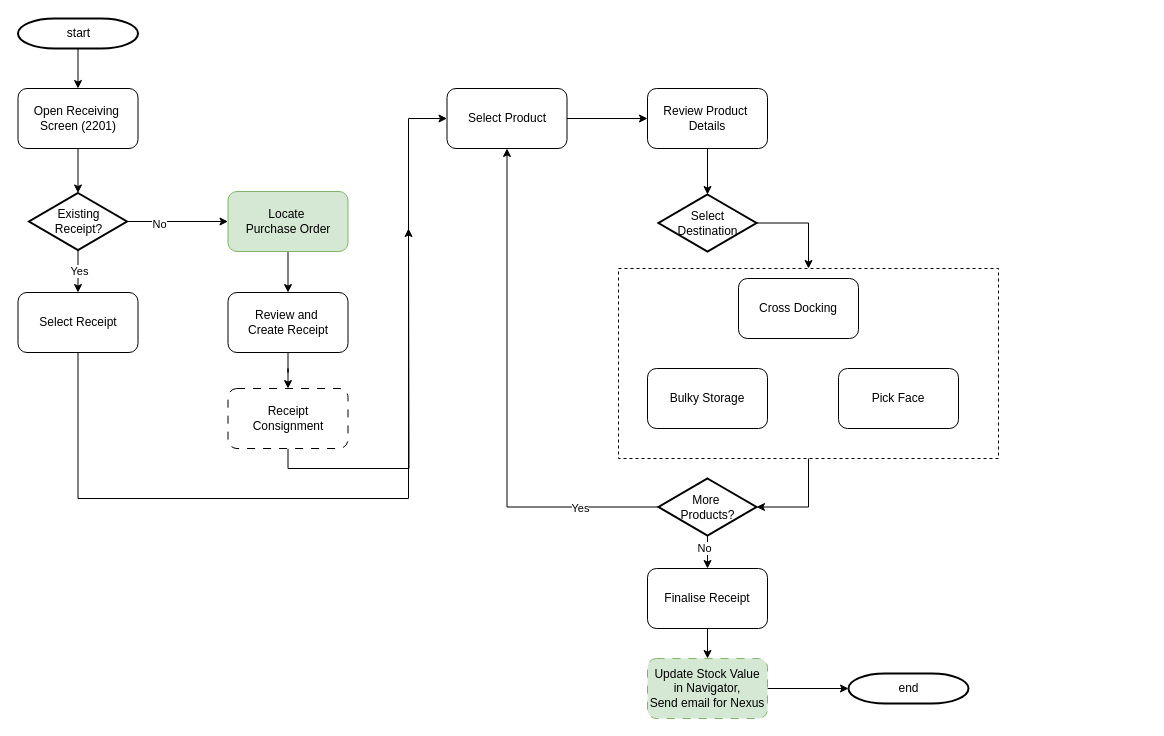
Above: PickingProcess.drawio in ZTomChen/NavigatorFlowcharts (draw.io), before the change. Source tidied: cells renumbered, new cells numbered last; positions are measured from the earlier drawing's top-left corner, leaving out a move shared by most shapes. Both pictures are drawn from the tidied source at 100%, with x=0, y=0 at pixel (18, 18).
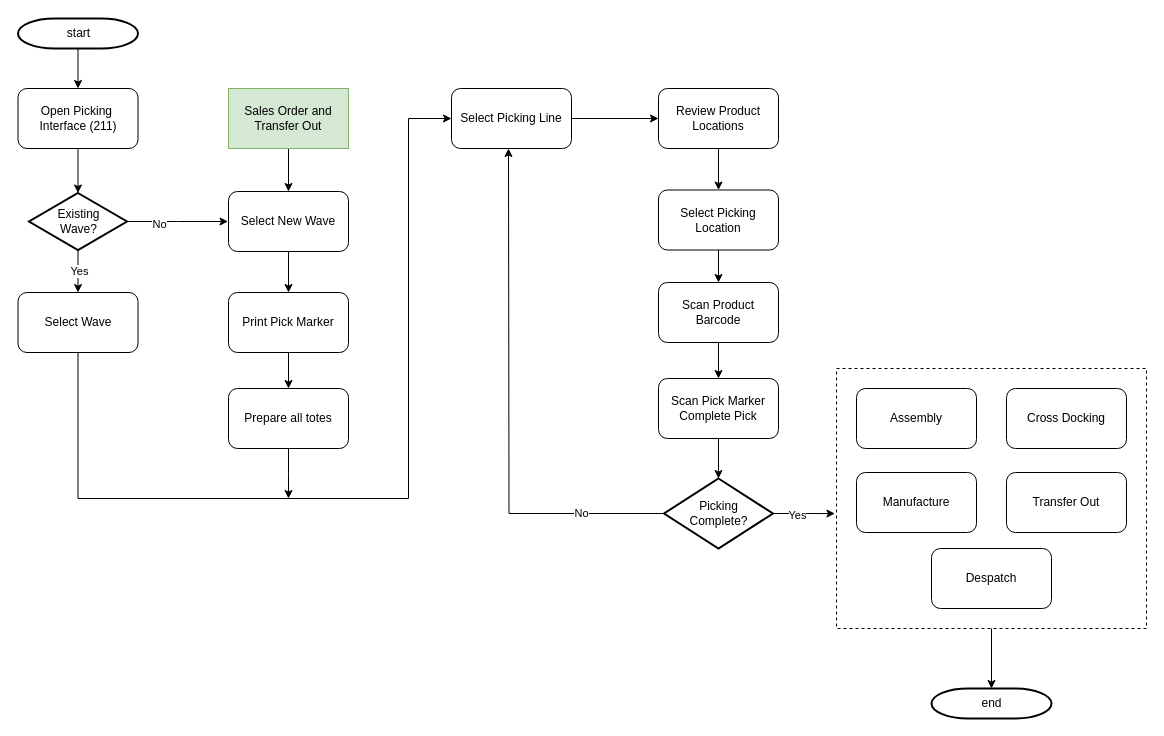
The same diagram, later.

The edit, as a diff of the source:
```diff
@@
-    <mxCell id="6" style="edgeStyle=orthogonalEdgeStyle;rounded=0;jettySize=auto;html=1;" parent="1" edge="1" source="8" target="18">
-      <mxGeometry relative="1" as="geometry" />
+    <mxCell id="6" style="edgeStyle=orthogonalEdgeStyle;rounded=0;jettySize=auto;html=1;" parent="1" edge="1" source="8">
+      <mxGeometry relative="1" as="geometry">
+        <mxPoint x="209.5" y="203" as="targetPoint" />
+      </mxGeometry>
     </mxCell>
@@
-    <mxCell id="8" value="Existing&lt;div&gt;Receipt?&lt;/div&gt;" style="shape=mxgraph.flowchart.decision;strokeWidth=2;gradientColor=none;gradientDirection=north;fontStyle=0;html=1;" parent="1" vertex="1">
+    <mxCell id="8" value="Existing&lt;div&gt;Wave?&lt;/div&gt;" style="shape=mxgraph.flowchart.decision;strokeWidth=2;gradientColor=none;gradientDirection=north;fontStyle=0;html=1;" parent="1" vertex="1">
       <mxGeometry x="10.5" y="174.5" width="98" height="57" as="geometry" />
     </mxCell>
-    <mxCell id="9" style="edgeStyle=orthogonalEdgeStyle;rounded=0;jettySize=auto;html=1;exitX=1;exitY=0.5;exitDx=0;exitDy=0;exitPerimeter=0;" parent="1" edge="1" source="10" target="36">
-      <mxGeometry relative="1" as="geometry" />
-    </mxCell>
-    <mxCell id="10" value="Select&lt;div&gt;Destination&lt;/div&gt;" style="shape=mxgraph.flowchart.decision;strokeWidth=2;gradientColor=none;gradientDirection=north;fontStyle=0;html=1;" parent="1" vertex="1">
-      <mxGeometry x="640" y="176" width="98" height="57" as="geometry" />
-    </mxCell>
@@
-    <mxCell id="12" value="&lt;span style=&quot;text-wrap-mode: nowrap;&quot;&gt;Open Receiving&amp;nbsp;&lt;/span&gt;&lt;div style=&quot;text-wrap-mode: nowrap;&quot;&gt;Screen (2201)&lt;/div&gt;" style="rounded=1;whiteSpace=wrap;html=1;" parent="1" vertex="1">
+    <mxCell id="12" value="&lt;span style=&quot;text-wrap-mode: nowrap;&quot;&gt;Open Picking&amp;nbsp;&lt;/span&gt;&lt;div&gt;&lt;span style=&quot;text-wrap-mode: nowrap;&quot;&gt;Interface (211)&lt;/span&gt;&lt;/div&gt;" style="rounded=1;whiteSpace=wrap;html=1;" parent="1" vertex="1">
       <mxGeometry x="-0.5" y="70" width="120" height="60" as="geometry" />
     </mxCell>
-    <mxCell id="13" style="edgeStyle=orthogonalEdgeStyle;rounded=0;jettySize=auto;html=1;exitX=0.5;exitY=1;exitDx=0;exitDy=0;" parent="1" edge="1" source="14">
-      <mxGeometry relative="1" as="geometry">
-        <mxPoint x="390" y="210" as="targetPoint" />
-      </mxGeometry>
-    </mxCell>
-    <mxCell id="14" value="&lt;span style=&quot;text-wrap-mode: nowrap;&quot;&gt;Receipt&lt;/span&gt;&lt;div style=&quot;text-wrap-mode: nowrap;&quot;&gt;Consignment&lt;/div&gt;" style="rounded=1;whiteSpace=wrap;html=1;dashed=1;dashPattern=8 8;" parent="1" vertex="1">
-      <mxGeometry x="209.5" y="370" width="120" height="60" as="geometry" />
-    </mxCell>
-    <mxCell id="15" style="edgeStyle=orthogonalEdgeStyle;rounded=0;jettySize=auto;html=1;" parent="1" edge="1" source="16" target="14">
-      <mxGeometry relative="1" as="geometry" />
-    </mxCell>
-    <mxCell id="16" value="&lt;span style=&quot;text-wrap-mode: nowrap;&quot;&gt;Review and&amp;nbsp;&lt;/span&gt;&lt;div style=&quot;text-wrap-mode: nowrap;&quot;&gt;Create Receipt&lt;/div&gt;" style="rounded=1;whiteSpace=wrap;html=1;" parent="1" vertex="1">
-      <mxGeometry x="209.5" y="274" width="120" height="60" as="geometry" />
-    </mxCell>
-    <mxCell id="17" style="edgeStyle=orthogonalEdgeStyle;rounded=0;jettySize=auto;html=1;" parent="1" edge="1" source="18" target="16">
-      <mxGeometry relative="1" as="geometry" />
-    </mxCell>
-    <mxCell id="18" value="&lt;span style=&quot;text-wrap-mode: nowrap;&quot;&gt;Locate&amp;nbsp;&lt;/span&gt;&lt;div style=&quot;text-wrap-mode: nowrap;&quot;&gt;Purchase Order&lt;/div&gt;" style="rounded=1;whiteSpace=wrap;html=1;fillColor=#d5e8d4;strokeColor=#82b366;" parent="1" vertex="1">
-      <mxGeometry x="209.5" y="173" width="120" height="60" as="geometry" />
-    </mxCell>
-    <mxCell id="19" style="edgeStyle=orthogonalEdgeStyle;rounded=0;jettySize=auto;html=1;exitX=0.5;exitY=1;exitDx=0;exitDy=0;entryX=0;entryY=0.5;entryDx=0;entryDy=0;" parent="1" edge="1" source="20" target="29">
+    <mxCell id="19" style="edgeStyle=orthogonalEdgeStyle;rounded=0;jettySize=auto;html=1;exitX=0.5;exitY=1;exitDx=0;exitDy=0;entryX=0;entryY=0.5;entryDx=0;entryDy=0;" parent="1" edge="1" source="20" target="53">
       <mxGeometry relative="1" as="geometry">
         <Array as="points">
           <mxPoint x="60" y="480" />
           <mxPoint x="390" y="480" />
           <mxPoint x="390" y="100" />
         </Array>
       </mxGeometry>
     </mxCell>
-    <mxCell id="20" value="&lt;span style=&quot;text-wrap-mode: nowrap;&quot;&gt;Select Receipt&lt;/span&gt;" style="rounded=1;whiteSpace=wrap;html=1;" parent="1" vertex="1">
+    <mxCell id="20" value="&lt;span style=&quot;text-wrap-mode: nowrap;&quot;&gt;Select Wave&lt;/span&gt;" style="rounded=1;whiteSpace=wrap;html=1;" parent="1" vertex="1">
       <mxGeometry x="-0.5" y="274" width="120" height="60" as="geometry" />
     </mxCell>
-    <mxCell id="21" style="edgeStyle=orthogonalEdgeStyle;rounded=0;jettySize=auto;html=1;exitX=0.5;exitY=1;exitDx=0;exitDy=0;entryX=0.5;entryY=0;entryDx=0;entryDy=0;" parent="1" edge="1" source="22" target="40">
-      <mxGeometry relative="1" as="geometry" />
-    </mxCell>
-    <mxCell id="22" value="&lt;span style=&quot;text-wrap-mode: nowrap;&quot;&gt;Finalise Receipt&lt;/span&gt;" style="rounded=1;whiteSpace=wrap;html=1;" parent="1" vertex="1">
-      <mxGeometry x="629" y="550" width="120" height="60" as="geometry" />
-    </mxCell>
-    <mxCell id="23" value="&lt;span style=&quot;text-wrap-mode: nowrap;&quot;&gt;Bulky Storage&lt;/span&gt;" style="rounded=1;whiteSpace=wrap;html=1;" parent="1" vertex="1">
-      <mxGeometry x="629" y="350" width="120" height="60" as="geometry" />
-    </mxCell>
-    <mxCell id="24" value="&lt;span style=&quot;text-wrap-mode: nowrap;&quot;&gt;Pick Face&lt;/span&gt;" style="rounded=1;whiteSpace=wrap;html=1;" parent="1" vertex="1">
-      <mxGeometry x="820" y="350" width="120" height="60" as="geometry" />
-    </mxCell>
+    <mxCell id="38" value="end" style="shape=mxgraph.flowchart.terminator;strokeWidth=2;gradientColor=none;gradientDirection=north;fontStyle=0;html=1;" parent="1" vertex="1">
+      <mxGeometry x="913" y="670" width="120" height="30" as="geometry" />
+    </mxCell>
+    <mxCell id="41" style="edgeStyle=orthogonalEdgeStyle;rounded=0;jettySize=auto;html=1;" parent="1" edge="1" source="42" target="44">
+      <mxGeometry relative="1" as="geometry" />
+    </mxCell>
+    <mxCell id="42" value="&lt;span style=&quot;text-wrap-mode: nowrap;&quot;&gt;Select New Wave&lt;/span&gt;" style="rounded=1;whiteSpace=wrap;html=1;" parent="1" vertex="1">
+      <mxGeometry x="210" y="173" width="120" height="60" as="geometry" />
+    </mxCell>
+    <mxCell id="43" style="edgeStyle=orthogonalEdgeStyle;rounded=0;jettySize=auto;html=1;" parent="1" edge="1" source="44" target="46">
+      <mxGeometry relative="1" as="geometry" />
+    </mxCell>
+    <mxCell id="44" value="&lt;span style=&quot;text-wrap-mode: nowrap;&quot;&gt;Print Pick Marker&lt;/span&gt;" style="rounded=1;whiteSpace=wrap;html=1;" parent="1" vertex="1">
+      <mxGeometry x="210" y="274" width="120" height="60" as="geometry" />
+    </mxCell>
+    <mxCell id="45" style="edgeStyle=orthogonalEdgeStyle;rounded=0;jettySize=auto;html=1;exitX=0.5;exitY=1;exitDx=0;exitDy=0;" parent="1" edge="1" source="46">
+      <mxGeometry relative="1" as="geometry">
+        <mxPoint x="270" y="480" as="targetPoint" />
+      </mxGeometry>
+    </mxCell>
+    <mxCell id="46" value="&lt;span style=&quot;text-wrap-mode: nowrap;&quot;&gt;Prepare all totes&lt;/span&gt;" style="rounded=1;whiteSpace=wrap;html=1;" parent="1" vertex="1">
+      <mxGeometry x="210" y="370" width="120" height="60" as="geometry" />
+    </mxCell>
+    <mxCell id="47" style="edgeStyle=orthogonalEdgeStyle;rounded=0;orthogonalLoop=1;jettySize=auto;html=1;exitX=1;exitY=0.5;exitDx=0;exitDy=0;entryX=0;entryY=0.5;entryDx=0;entryDy=0;" parent="1" edge="1">
+      <mxGeometry relative="1" as="geometry">
+        <mxPoint x="550" y="100" as="sourcePoint" />
+        <mxPoint x="640" y="100" as="targetPoint" />
+      </mxGeometry>
+    </mxCell>
+    <mxCell id="48" style="edgeStyle=orthogonalEdgeStyle;rounded=0;jettySize=auto;html=1;exitX=0;exitY=0.5;exitDx=0;exitDy=0;exitPerimeter=0;entryX=0.5;entryY=1;entryDx=0;entryDy=0;" parent="1" edge="1" source="50">
+      <mxGeometry relative="1" as="geometry">
+        <mxPoint x="490" y="130" as="targetPoint" />
+      </mxGeometry>
+    </mxCell>
+    <mxCell id="32" value="No" style="edgeLabel;html=1;align=center;verticalAlign=middle;" parent="48" vertex="1">
+      <mxGeometry x="-0.68" y="-1" relative="1" as="geometry" />
+    </mxCell>
+    <mxCell id="49" style="edgeStyle=orthogonalEdgeStyle;rounded=0;jettySize=auto;html=1;exitX=1;exitY=0.5;exitDx=0;exitDy=0;exitPerimeter=0;entryX=-0.005;entryY=0.558;entryDx=0;entryDy=0;entryPerimeter=0;" parent="1" edge="1" source="50" target="52">
+      <mxGeometry relative="1" as="geometry" />
+    </mxCell>
+    <mxCell id="34" value="Yes" style="edgeLabel;html=1;align=center;verticalAlign=middle;" parent="49" vertex="1">
+      <mxGeometry x="-0.22" y="-1" relative="1" as="geometry" />
+    </mxCell>
+    <mxCell id="50" value="Picking&lt;div&gt;Complete?&lt;/div&gt;" style="shape=mxgraph.flowchart.decision;strokeWidth=2;gradientColor=none;gradientDirection=north;fontStyle=0;html=1;" parent="1" vertex="1">
+      <mxGeometry x="645.5" y="460" width="109" height="70" as="geometry" />
+    </mxCell>
+    <mxCell id="51" style="edgeStyle=orthogonalEdgeStyle;rounded=0;jettySize=auto;html=1;" parent="1" edge="1" source="52" target="38">
+      <mxGeometry relative="1" as="geometry" />
+    </mxCell>
+    <mxCell id="52" style="rounded=0;whiteSpace=wrap;html=1;fillColor=none;dashed=1;" parent="1" vertex="1">
+      <mxGeometry x="818" y="350" width="310" height="260" as="geometry" />
+    </mxCell>
+    <mxCell id="53" value="Select Picking Line" style="rounded=1;whiteSpace=wrap;html=1;" parent="1" vertex="1">
+      <mxGeometry x="433" y="70" width="120" height="60" as="geometry" />
+    </mxCell>
+    <mxCell id="54" value="Transfer Out" style="rounded=1;whiteSpace=wrap;html=1;" parent="1" vertex="1">
+      <mxGeometry x="988" y="454" width="120" height="60" as="geometry" />
+    </mxCell>
+    <mxCell id="55" value="Manufacture" style="rounded=1;whiteSpace=wrap;html=1;" parent="1" vertex="1">
+      <mxGeometry x="838" y="454" width="120" height="60" as="geometry" />
+    </mxCell>
-    <mxCell id="25" value="&lt;span style=&quot;text-wrap-mode: nowrap;&quot;&gt;Cross Docking&lt;/span&gt;" style="rounded=1;whiteSpace=wrap;html=1;" parent="1" vertex="1">
-      <mxGeometry x="720" y="260" width="120" height="60" as="geometry" />
+    <mxCell id="25" value="&lt;span style=&quot;color: rgb(0, 0, 0); font-family: Helvetica; font-size: 12px; font-style: normal; font-variant-ligatures: normal; font-variant-caps: normal; font-weight: 400; letter-spacing: normal; orphans: 2; text-align: center; text-indent: 0px; text-transform: none; widows: 2; word-spacing: 0px; -webkit-text-stroke-width: 0px; white-space: normal; background-color: rgb(251, 251, 251); text-decoration-thickness: initial; text-decoration-style: initial; text-decoration-color: initial; display: inline !important; float: none;&quot;&gt;Cross Docking&lt;/span&gt;" style="rounded=1;whiteSpace=wrap;html=1;" parent="1" vertex="1">
+      <mxGeometry x="988" y="370" width="120" height="60" as="geometry" />
     </mxCell>
-    <mxCell id="26" style="edgeStyle=orthogonalEdgeStyle;rounded=0;jettySize=auto;html=1;" parent="1" edge="1" source="27" target="10">
-      <mxGeometry relative="1" as="geometry" />
-    </mxCell>
-    <mxCell id="27" value="&lt;span style=&quot;text-wrap-mode: nowrap;&quot;&gt;Review Product&amp;nbsp;&lt;/span&gt;&lt;div style=&quot;text-wrap-mode: nowrap;&quot;&gt;Details&lt;/div&gt;" style="rounded=1;whiteSpace=wrap;html=1;" parent="1" vertex="1">
-      <mxGeometry x="629" y="70" width="120" height="60" as="geometry" />
-    </mxCell>
-    <mxCell id="28" style="edgeStyle=orthogonalEdgeStyle;rounded=0;jettySize=auto;html=1;" parent="1" edge="1" source="29" target="27">
-      <mxGeometry relative="1" as="geometry" />
-    </mxCell>
-    <mxCell id="29" value="&lt;span style=&quot;text-wrap-mode: nowrap;&quot;&gt;Select Product&lt;/span&gt;" style="rounded=1;whiteSpace=wrap;html=1;" parent="1" vertex="1">
-      <mxGeometry x="428.5" y="70" width="120" height="60" as="geometry" />
-    </mxCell>
-    <mxCell id="30" style="edgeStyle=orthogonalEdgeStyle;rounded=0;orthogonalLoop=1;jettySize=auto;html=1;exitX=0.5;exitY=1;exitDx=0;exitDy=0;" parent="1" edge="1" source="22" target="22">
-      <mxGeometry relative="1" as="geometry" />
-    </mxCell>
-    <mxCell id="31" style="edgeStyle=orthogonalEdgeStyle;rounded=0;jettySize=auto;html=1;" parent="1" edge="1" source="35" target="22">
-      <mxGeometry relative="1" as="geometry" />
-    </mxCell>
-    <mxCell id="32" value="No" style="edgeLabel;html=1;align=center;verticalAlign=middle;" parent="31" vertex="1">
-      <mxGeometry x="-0.49" y="-4" relative="1" as="geometry" />
-    </mxCell>
-    <mxCell id="33" style="edgeStyle=orthogonalEdgeStyle;rounded=0;jettySize=auto;html=1;exitX=0;exitY=0.5;exitDx=0;exitDy=0;exitPerimeter=0;entryX=0.5;entryY=1;entryDx=0;entryDy=0;" parent="1" edge="1" source="35" target="29">
-      <mxGeometry relative="1" as="geometry" />
-    </mxCell>
-    <mxCell id="34" value="Yes" style="edgeLabel;html=1;align=center;verticalAlign=middle;" parent="33" vertex="1">
-      <mxGeometry x="-0.69" y="1" relative="1" as="geometry" />
-    </mxCell>
-    <mxCell id="35" value="More&amp;nbsp;&lt;div&gt;Products?&lt;/div&gt;" style="shape=mxgraph.flowchart.decision;strokeWidth=2;gradientColor=none;gradientDirection=north;fontStyle=0;html=1;" parent="1" vertex="1">
-      <mxGeometry x="640" y="460" width="98" height="57" as="geometry" />
-    </mxCell>
-    <mxCell id="36" style="rounded=0;whiteSpace=wrap;html=1;fillColor=none;dashed=1;" parent="1" vertex="1">
-      <mxGeometry x="600" y="250" width="380" height="190" as="geometry" />
-    </mxCell>
-    <mxCell id="37" style="edgeStyle=orthogonalEdgeStyle;rounded=0;jettySize=auto;html=1;exitX=0.5;exitY=1;exitDx=0;exitDy=0;entryX=1;entryY=0.5;entryDx=0;entryDy=0;entryPerimeter=0;" parent="1" edge="1" source="36" target="35">
-      <mxGeometry relative="1" as="geometry" />
-    </mxCell>
-    <mxCell id="38" value="end" style="shape=mxgraph.flowchart.terminator;strokeWidth=2;gradientColor=none;gradientDirection=north;fontStyle=0;html=1;" parent="1" vertex="1">
-      <mxGeometry x="830" y="655" width="120" height="30" as="geometry" />
-    </mxCell>
-    <mxCell id="39" style="edgeStyle=orthogonalEdgeStyle;rounded=0;jettySize=auto;html=1;exitX=1;exitY=0.5;exitDx=0;exitDy=0;" parent="1" edge="1" source="40">
-      <mxGeometry relative="1" as="geometry">
-        <mxPoint x="830" y="670" as="targetPoint" />
-      </mxGeometry>
-    </mxCell>
-    <mxCell id="40" value="&lt;span style=&quot;text-wrap-mode: nowrap;&quot;&gt;Update Stock Value&lt;/span&gt;&lt;div&gt;&lt;span style=&quot;text-wrap-mode: nowrap;&quot;&gt;in Navigator,&lt;/span&gt;&lt;/div&gt;&lt;div&gt;&lt;span style=&quot;text-wrap-mode: nowrap;&quot;&gt;Send email for Nexus&lt;/span&gt;&lt;/div&gt;" style="rounded=1;whiteSpace=wrap;html=1;dashed=1;dashPattern=8 8;fillColor=#d5e8d4;strokeColor=#82b366;" parent="1" vertex="1">
-      <mxGeometry x="629" y="640" width="120" height="60" as="geometry" />
-    </mxCell>
+    <mxCell id="56" value="Assembly" style="rounded=1;whiteSpace=wrap;html=1;" parent="1" vertex="1">
+      <mxGeometry x="838" y="370" width="120" height="60" as="geometry" />
+    </mxCell>
+    <mxCell id="57" style="edgeStyle=orthogonalEdgeStyle;rounded=0;jettySize=auto;html=1;" parent="1" edge="1" source="58" target="50">
+      <mxGeometry relative="1" as="geometry" />
+    </mxCell>
+    <mxCell id="58" value="Scan Pick Marker&lt;div&gt;Complete Pick&lt;/div&gt;" style="rounded=1;whiteSpace=wrap;html=1;" parent="1" vertex="1">
+      <mxGeometry x="640" y="360" width="120" height="60" as="geometry" />
+    </mxCell>
+    <mxCell id="59" style="edgeStyle=orthogonalEdgeStyle;rounded=0;jettySize=auto;html=1;" parent="1" edge="1" source="60" target="58">
+      <mxGeometry relative="1" as="geometry" />
+    </mxCell>
+    <mxCell id="60" value="Scan Product Barcode" style="rounded=1;whiteSpace=wrap;html=1;" parent="1" vertex="1">
+      <mxGeometry x="640" y="264" width="120" height="60" as="geometry" />
+    </mxCell>
+    <mxCell id="61" style="edgeStyle=orthogonalEdgeStyle;rounded=0;jettySize=auto;html=1;" parent="1" edge="1" source="62" target="60">
+      <mxGeometry relative="1" as="geometry" />
+    </mxCell>
+    <mxCell id="62" value="Select Picking Location" style="rounded=1;whiteSpace=wrap;html=1;" parent="1" vertex="1">
+      <mxGeometry x="640" y="171.5" width="120" height="60" as="geometry" />
+    </mxCell>
+    <mxCell id="63" style="edgeStyle=orthogonalEdgeStyle;rounded=0;jettySize=auto;html=1;" parent="1" edge="1" source="64" target="62">
+      <mxGeometry relative="1" as="geometry" />
+    </mxCell>
+    <mxCell id="64" value="Review Product Locations" style="rounded=1;whiteSpace=wrap;html=1;" parent="1" vertex="1">
+      <mxGeometry x="640" y="70" width="120" height="60" as="geometry" />
+    </mxCell>
+    <mxCell id="65" value="Despatch" style="rounded=1;whiteSpace=wrap;html=1;" parent="1" vertex="1">
+      <mxGeometry x="913" y="530" width="120" height="60" as="geometry" />
+    </mxCell>
+    <mxCell id="66" style="edgeStyle=orthogonalEdgeStyle;rounded=0;jettySize=auto;html=1;" parent="1" edge="1" source="67" target="42">
+      <mxGeometry relative="1" as="geometry" />
+    </mxCell>
+    <mxCell id="67" value="Sales Order and Transfer Out" style="rounded=0;whiteSpace=wrap;html=1;fillColor=#d5e8d4;strokeColor=#82b366;" parent="1" vertex="1">
+      <mxGeometry x="210" y="70" width="120" height="60" as="geometry" />
+    </mxCell>
```
